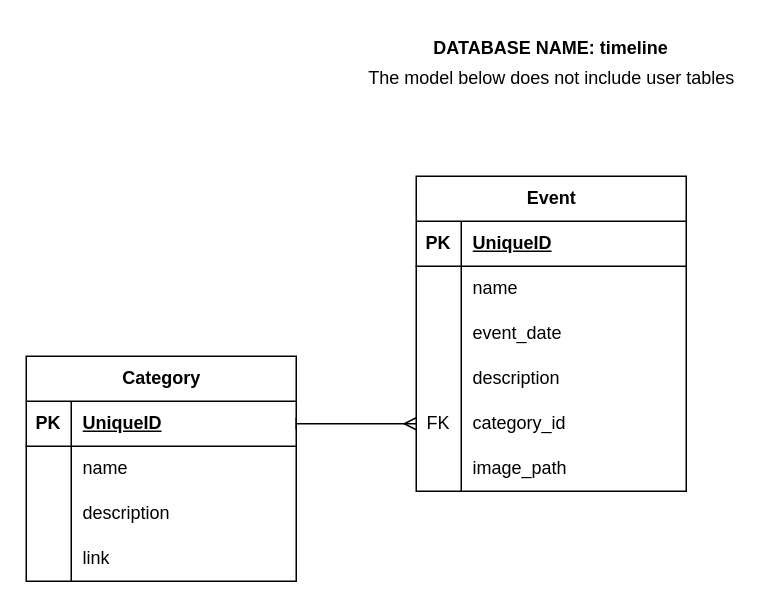
Susannnnnna/Laravel-Timeline keeps this draw.io diagram as external_files/timeline_entity.drawio. Above is the earlier version. Source tidied: cells renumbered, new cells numbered last; positions are measured from the earlier drawing's top-left corner, leaving out a move shared by most shapes. Both pictures are drawn from the tidied source at 150%, with x=0, y=0 at pixel (26, 26).
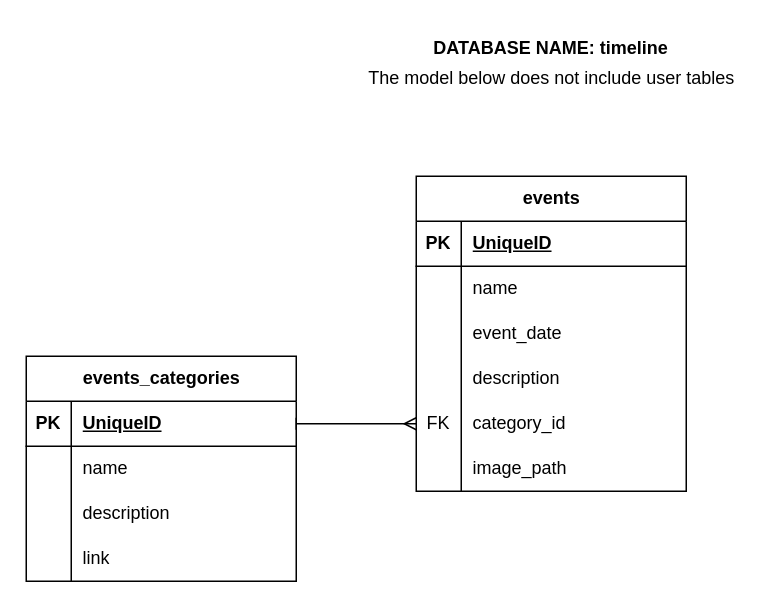
The same diagram, later.

Diff of the diagram source:
```diff
@@
-    <mxCell id="2" value="Event" style="shape=table;startSize=30;childLayout=tableLayout;rowLines=0;fontStyle=1;align=center;html=1;" parent="1" vertex="1">
+    <mxCell id="2" value="events" style="shape=table;startSize=30;childLayout=tableLayout;rowLines=0;fontStyle=1;align=center;html=1;" parent="1" vertex="1">
       <mxGeometry x="260" y="100" width="180" height="210" as="geometry" />
     </mxCell>
@@
-    <mxCell id="21" value="Category" style="shape=table;startSize=30;childLayout=tableLayout;rowLines=0;fontStyle=1;align=center;html=1;" parent="1" vertex="1">
+    <mxCell id="21" value="events_categories" style="shape=table;startSize=30;childLayout=tableLayout;rowLines=0;fontStyle=1;align=center;html=1;" parent="1" vertex="1">
       <mxGeometry y="220" width="180" height="150" as="geometry" />
     </mxCell>
```
